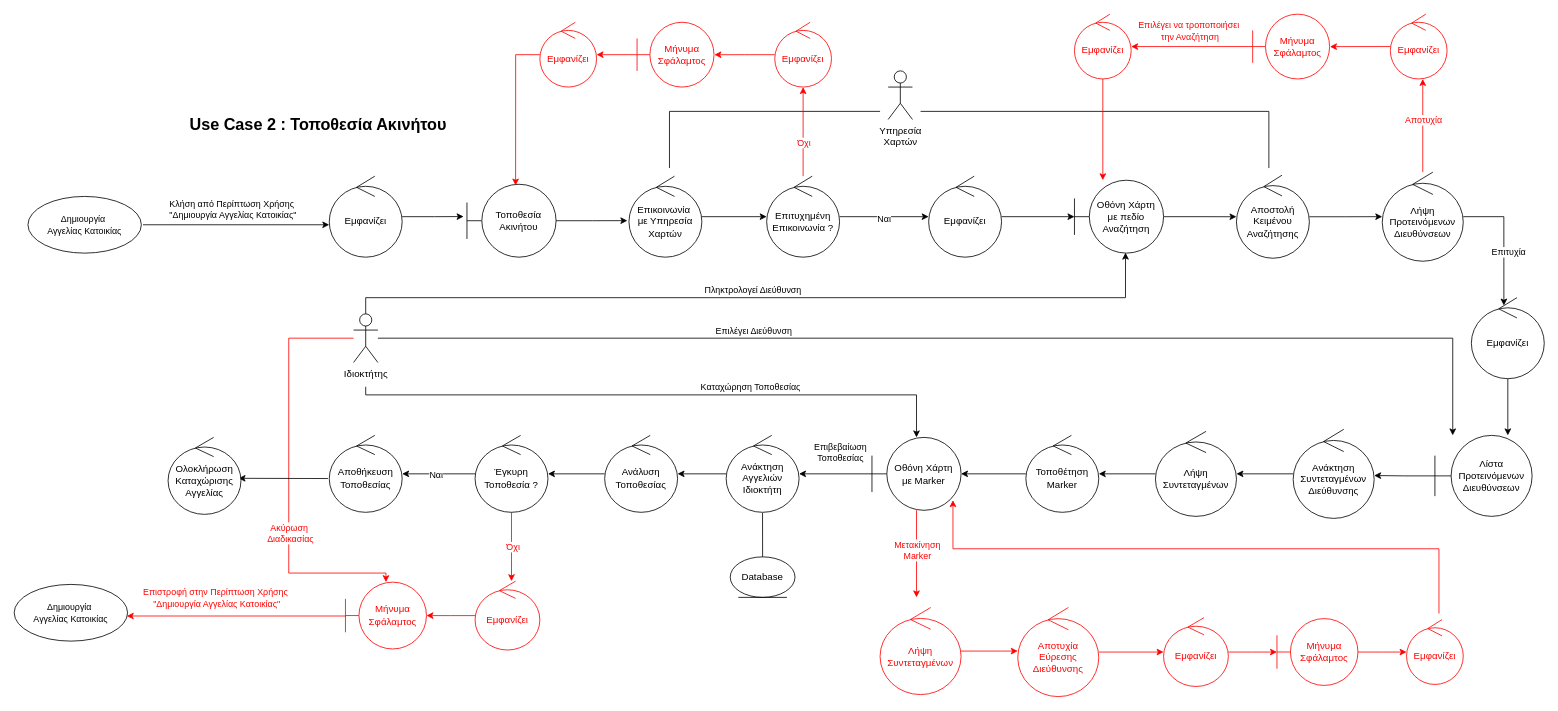
Earlier version of the draw.io diagram page "2-Τοποθεσία-Ακινήτου" (4 of 17) of FINAL DIAGRAMS/final_diagrams.drawio (evelinastavropoulou/HomeLink). Source tidied: cells renumbered, new cells numbered last; positions are measured from the earlier drawing's top-left corner, leaving out a move shared by most shapes. Both pictures are drawn from the tidied source at 81%, with x=0, y=0 at pixel (14, 14).
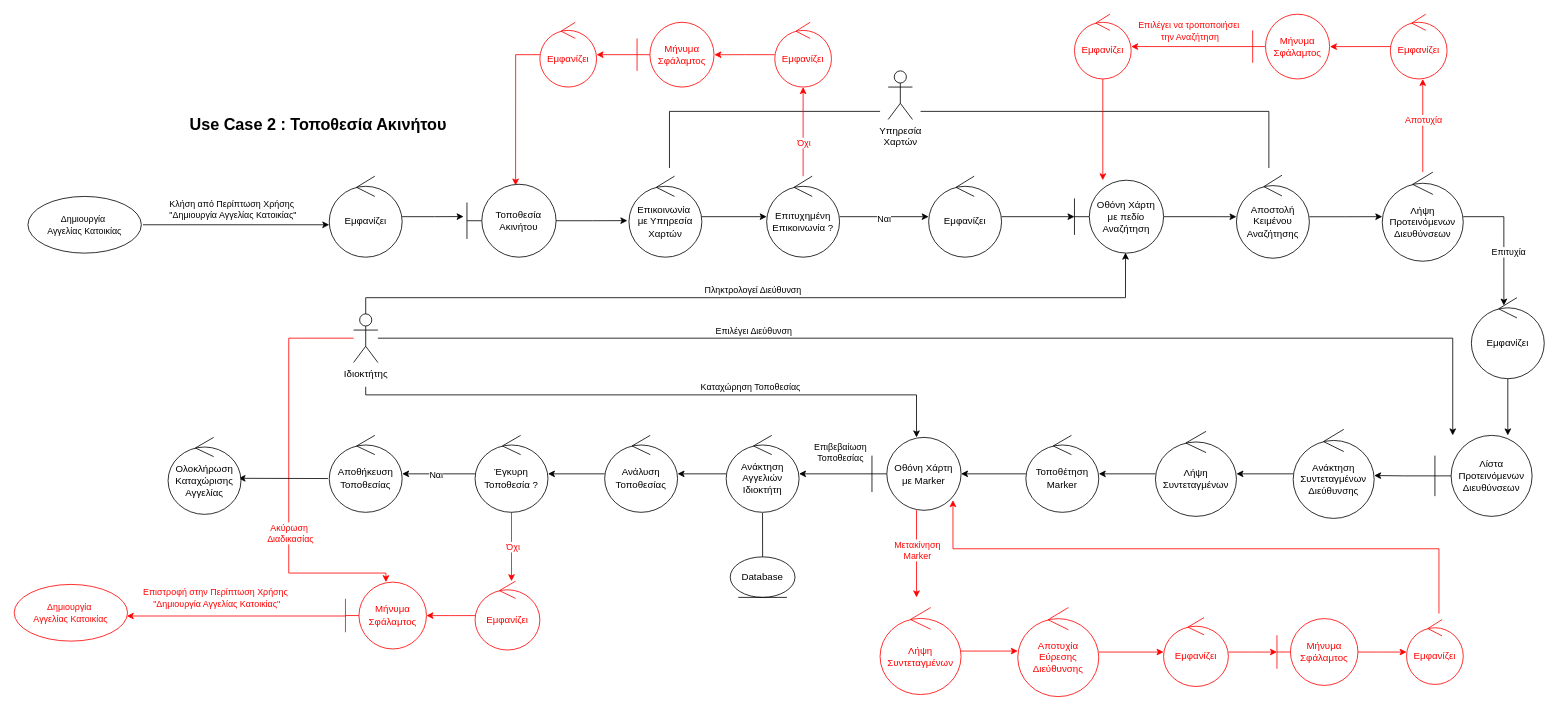
Above is the later version.

What changed in the source:
```diff
@@
-    <mxCell id="98" value="&lt;span style=&quot;font-size: 11px; text-wrap-mode: nowrap; background-color: rgb(255, 255, 255);&quot;&gt;Δημιουργία&amp;nbsp;&lt;/span&gt;&lt;div&gt;&lt;span style=&quot;font-size: 11px; text-wrap-mode: nowrap; background-color: rgb(255, 255, 255);&quot;&gt;Αγγελίας Κατοικίας&lt;/span&gt;&lt;/div&gt;" style="ellipse;whiteSpace=wrap;html=1;" parent="1" vertex="1">
+    <mxCell id="98" value="&lt;span style=&quot;font-size: 11px; text-wrap-mode: nowrap; background-color: rgb(255, 255, 255);&quot;&gt;&lt;font style=&quot;color: rgb(255, 0, 0);&quot;&gt;Δημιουργία&amp;nbsp;&lt;/font&gt;&lt;/span&gt;&lt;div&gt;&lt;span style=&quot;font-size: 11px; text-wrap-mode: nowrap; background-color: rgb(255, 255, 255);&quot;&gt;&lt;font style=&quot;color: rgb(255, 0, 0);&quot;&gt;Αγγελίας Κατοικίας&lt;/font&gt;&lt;/span&gt;&lt;/div&gt;" style="ellipse;whiteSpace=wrap;html=1;strokeColor=#FF0000;" parent="1" vertex="1">
       <mxGeometry y="704" width="140" height="70" as="geometry" />
     </mxCell>
```
